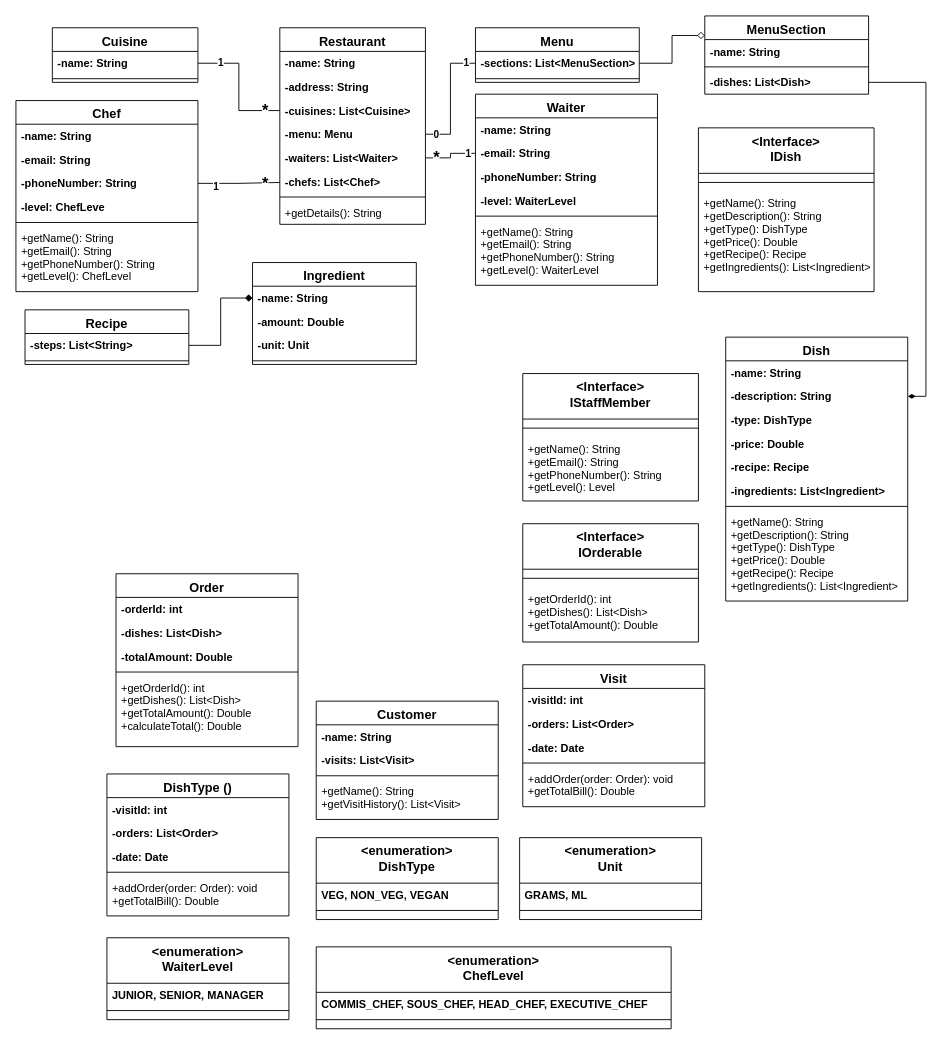
Above: Restaurant Management System Class Diagram.drawio in geeky-sanjay/class-diagrams (draw.io), before the change. Source tidied: cells renumbered, new cells numbered last; positions are measured from the earlier drawing's top-left corner, leaving out a move shared by most shapes. Both pictures are drawn from the tidied source at 91%, with x=0, y=0 at pixel (15, 15).
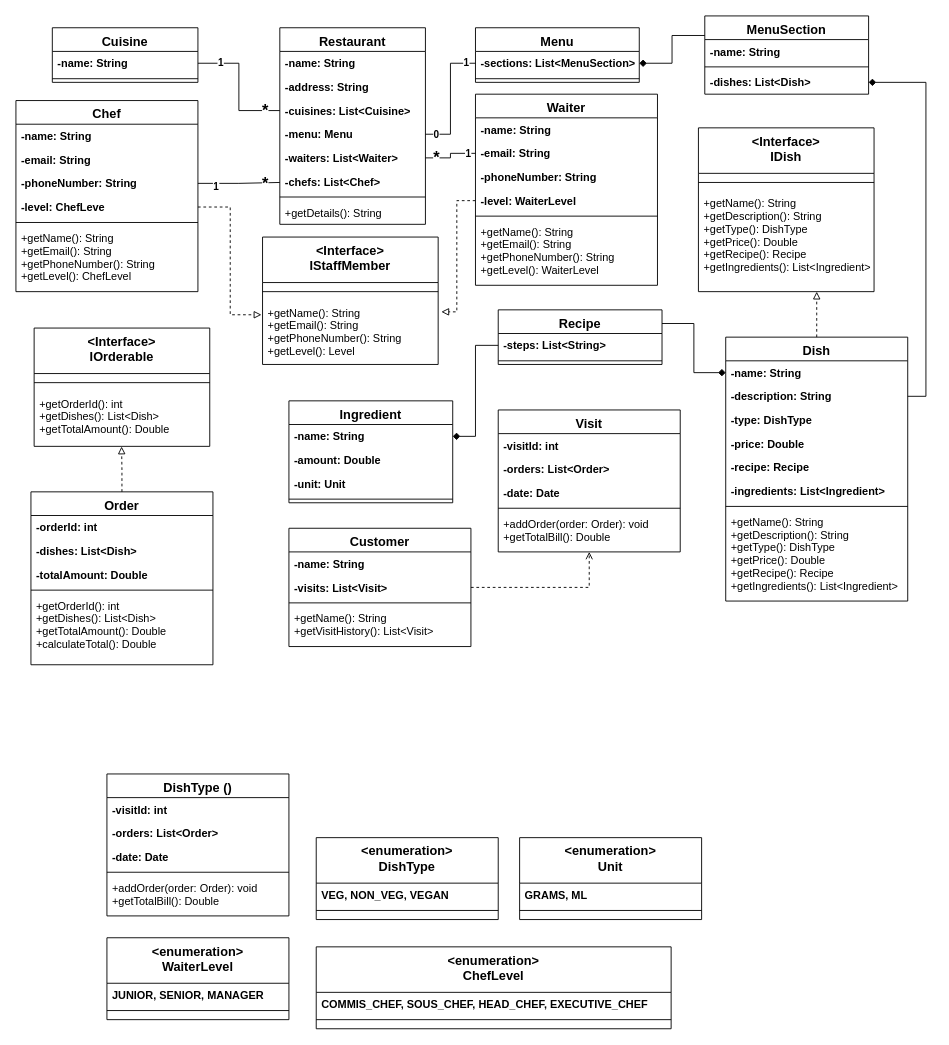
The same page after the edit.

Unchanged cells that the change refers to:
```xml
<mxCell id="15" value="-sections: List&lt;MenuSection&gt;" style="text;align=left;verticalAlign=top;spacingLeft=4;spacingRight=4;overflow=hidden;points=[[0,0.5],[1,0.5]];portConstraint=eastwest;fontStyle=1;" parent="14" vertex="1">
  <mxGeometry y="26" width="180" height="26" as="geometry" />
</mxCell>
<mxCell id="18" value="-name: String " style="text;align=left;verticalAlign=top;spacingLeft=4;spacingRight=4;overflow=hidden;points=[[0,0.5],[1,0.5]];portConstraint=eastwest;fontStyle=1;" parent="17" vertex="1">
  <mxGeometry y="26" width="180" height="26" as="geometry" />
</mxCell>
<mxCell id="25" value="Dish" style="swimlane;fontStyle=1;align=center;verticalAlign=top;horizontal=1;startSize=26;rounded=0;shadow=0;strokeWidth=1;fontSize=14;" parent="1" vertex="1">
  <mxGeometry x="780" y="353" width="200" height="290" as="geometry" />
</mxCell>
<mxCell id="26" value="-name: String" style="text;align=left;verticalAlign=top;spacingLeft=4;spacingRight=4;overflow=hidden;points=[[0,0.5],[1,0.5]];portConstraint=eastwest;fontStyle=1;" parent="25" vertex="1">
  <mxGeometry y="26" width="200" height="26" as="geometry" />
</mxCell>
<mxCell id="27" value="-description: String" style="text;align=left;verticalAlign=top;spacingLeft=4;spacingRight=4;overflow=hidden;points=[[0,0.5],[1,0.5]];portConstraint=eastwest;rounded=0;shadow=0;html=0;fontStyle=1;" parent="25" vertex="1">
  <mxGeometry y="52" width="200" height="26" as="geometry" />
</mxCell>
<mxCell id="34" value="MenuSection" style="swimlane;fontStyle=1;align=center;verticalAlign=top;horizontal=1;startSize=26;rounded=0;shadow=0;strokeWidth=1;fontSize=14;" parent="1" vertex="1">
  <mxGeometry x="757" width="180" height="86" as="geometry" />
</mxCell>
<mxCell id="37" value="-dishes: List&lt;Dish&gt;" style="text;align=left;verticalAlign=top;spacingLeft=4;spacingRight=4;overflow=hidden;points=[[0,0.5],[1,0.5]];portConstraint=eastwest;fontStyle=1;" parent="34" vertex="1">
  <mxGeometry y="60" width="180" height="26" as="geometry" />
</mxCell>
<mxCell id="39" value="-steps: List&lt;String&gt;" style="text;align=left;verticalAlign=top;spacingLeft=4;spacingRight=4;overflow=hidden;points=[[0,0.5],[1,0.5]];portConstraint=eastwest;fontStyle=1;" parent="38" vertex="1">
  <mxGeometry y="26" width="180" height="26" as="geometry" />
</mxCell>
<mxCell id="43" value="+getName(): String   &#10;+getEmail(): String  &#10;+getPhoneNumber(): String &#10;+getLevel(): Level" style="text;align=left;verticalAlign=top;spacingLeft=4;spacingRight=4;overflow=hidden;points=[[0,0.5],[1,0.5]];portConstraint=eastwest;fontStyle=0;" parent="41" vertex="1">
  <mxGeometry y="70" width="193" height="70" as="geometry" />
</mxCell>
<mxCell id="48" value="-level: WaiterLevel" style="text;align=left;verticalAlign=top;spacingLeft=4;spacingRight=4;overflow=hidden;points=[[0,0.5],[1,0.5]];portConstraint=eastwest;fontStyle=1;" parent="44" vertex="1">
  <mxGeometry y="104" width="200" height="26" as="geometry" />
</mxCell>
<mxCell id="55" value="-level: ChefLeve" style="text;align=left;verticalAlign=top;spacingLeft=4;spacingRight=4;overflow=hidden;points=[[0,0.5],[1,0.5]];portConstraint=eastwest;fontStyle=1;" parent="51" vertex="1">
  <mxGeometry y="104" width="200" height="26" as="geometry" />
</mxCell>
<mxCell id="60" value="+getOrderId(): int   &#10;+getDishes(): List&lt;Dish&gt; &#10;+getTotalAmount(): Double" style="text;align=left;verticalAlign=top;spacingLeft=4;spacingRight=4;overflow=hidden;points=[[0,0.5],[1,0.5]];portConstraint=eastwest;fontStyle=0;" parent="58" vertex="1">
  <mxGeometry y="70" width="193" height="60" as="geometry" />
</mxCell>
<mxCell id="69" value="-visits: List&lt;Visit&gt;" style="text;align=left;verticalAlign=top;spacingLeft=4;spacingRight=4;overflow=hidden;points=[[0,0.5],[1,0.5]];portConstraint=eastwest;rounded=0;shadow=0;html=0;fontStyle=1;" parent="67" vertex="1">
  <mxGeometry y="52" width="200" height="26" as="geometry" />
</mxCell>
```

The edit, as a diff of the source:
```diff
@@
     <mxCell id="17" value="Ingredient" style="swimlane;fontStyle=1;align=center;verticalAlign=top;horizontal=1;startSize=26;rounded=0;shadow=0;strokeWidth=1;fontSize=14;" parent="1" vertex="1">
-      <mxGeometry x="260" y="271" width="180" height="112" as="geometry" />
+      <mxGeometry x="300" y="423" width="180" height="112" as="geometry" />
     </mxCell>
@@
+    <mxCell id="112" style="edgeStyle=orthogonalEdgeStyle;rounded=0;jettySize=auto;html=1;exitX=0.5;exitY=0;exitDx=0;exitDy=0;endArrow=block;endFill=0;dashed=1;" parent="1" edge="1" source="25">
+      <mxGeometry relative="1" as="geometry">
+        <mxPoint x="880" y="303" as="targetPoint" />
+      </mxGeometry>
+    </mxCell>
@@
     <mxCell id="38" value="Recipe" style="swimlane;fontStyle=1;align=center;verticalAlign=top;horizontal=1;startSize=26;rounded=0;shadow=0;strokeWidth=1;fontSize=14;" parent="1" vertex="1">
-      <mxGeometry x="10" y="323" width="180" height="60" as="geometry" />
+      <mxGeometry x="530" y="323" width="180" height="60" as="geometry" />
     </mxCell>
@@
     <mxCell id="41" value="&lt;Interface&gt;&#10;IStaffMember" style="swimlane;fontStyle=1;align=center;verticalAlign=top;horizontal=1;startSize=50;rounded=0;shadow=0;strokeWidth=1;fontSize=14;" parent="1" vertex="1">
-      <mxGeometry x="557" y="393" width="193" height="140" as="geometry" />
+      <mxGeometry x="271" y="243" width="193" height="140" as="geometry" />
     </mxCell>
@@
     <mxCell id="58" value="&lt;Interface&gt;&#10;IOrderable" style="swimlane;fontStyle=1;align=center;verticalAlign=top;horizontal=1;startSize=50;rounded=0;shadow=0;strokeWidth=1;fontSize=14;" parent="1" vertex="1">
-      <mxGeometry x="557" y="558" width="193" height="130" as="geometry" />
+      <mxGeometry x="20" y="343" width="193" height="130" as="geometry" />
     </mxCell>
@@
     <mxCell id="61" value="Order" style="swimlane;fontStyle=1;align=center;verticalAlign=top;horizontal=1;startSize=26;rounded=0;shadow=0;strokeWidth=1;fontSize=14;" parent="1" vertex="1">
-      <mxGeometry x="110" y="613" width="200" height="190" as="geometry" />
+      <mxGeometry x="16.5" y="523" width="200" height="190" as="geometry" />
     </mxCell>
@@
     <mxCell id="67" value="Customer" style="swimlane;fontStyle=1;align=center;verticalAlign=top;horizontal=1;startSize=26;rounded=0;shadow=0;strokeWidth=1;fontSize=14;" parent="1" vertex="1">
-      <mxGeometry x="330" y="753" width="200" height="130" as="geometry" />
+      <mxGeometry x="300" y="563" width="200" height="130" as="geometry" />
     </mxCell>
@@
     <mxCell id="72" value="Visit" style="swimlane;fontStyle=1;align=center;verticalAlign=top;horizontal=1;startSize=26;rounded=0;shadow=0;strokeWidth=1;fontSize=14;" parent="1" vertex="1">
-      <mxGeometry x="557" y="713" width="200" height="156" as="geometry" />
+      <mxGeometry x="530" y="433" width="200" height="156" as="geometry" />
     </mxCell>
@@
-    <mxCell id="109" style="edgeStyle=orthogonalEdgeStyle;rounded=0;jettySize=auto;html=1;exitX=1;exitY=0.5;exitDx=0;exitDy=0;entryX=0;entryY=0.25;entryDx=0;entryDy=0;endArrow=diamond;endFill=0;" parent="1" edge="1" source="15" target="34">
+    <mxCell id="109" style="edgeStyle=orthogonalEdgeStyle;rounded=0;jettySize=auto;html=1;exitX=1;exitY=0.5;exitDx=0;exitDy=0;entryX=0;entryY=0.25;entryDx=0;entryDy=0;endArrow=none;endFill=0;startArrow=diamond;startFill=1;" parent="1" edge="1" source="15" target="34">
       <mxGeometry relative="1" as="geometry" />
     </mxCell>
-    <mxCell id="110" style="edgeStyle=orthogonalEdgeStyle;rounded=0;jettySize=auto;html=1;exitX=1;exitY=0.5;exitDx=0;exitDy=0;entryX=0;entryY=0.5;entryDx=0;entryDy=0;endArrow=diamond;endFill=1;" parent="1" edge="1" source="39" target="18">
+    <mxCell id="110" style="edgeStyle=orthogonalEdgeStyle;rounded=0;jettySize=auto;html=1;entryX=1;entryY=0.5;entryDx=0;entryDy=0;endArrow=diamond;endFill=1;" parent="1" edge="1" source="39" target="18">
       <mxGeometry relative="1" as="geometry" />
     </mxCell>
-    <mxCell id="111" style="edgeStyle=orthogonalEdgeStyle;rounded=0;jettySize=auto;html=1;exitX=1;exitY=0.5;exitDx=0;exitDy=0;entryX=1;entryY=0.5;entryDx=0;entryDy=0;endArrow=diamondThin;endFill=1;" parent="1" edge="1" source="37" target="27">
+    <mxCell id="111" style="edgeStyle=orthogonalEdgeStyle;rounded=0;jettySize=auto;html=1;exitX=1;exitY=0.5;exitDx=0;exitDy=0;entryX=1;entryY=0.5;entryDx=0;entryDy=0;endArrow=none;endFill=0;startArrow=diamond;startFill=1;" parent="1" edge="1" source="37" target="27">
       <mxGeometry relative="1" as="geometry" />
     </mxCell>
+    <mxCell id="113" style="edgeStyle=orthogonalEdgeStyle;rounded=0;jettySize=auto;html=1;entryX=1;entryY=0.25;entryDx=0;entryDy=0;endArrow=none;endFill=0;startArrow=diamond;startFill=1;" parent="1" edge="1" source="26" target="38">
+      <mxGeometry relative="1" as="geometry" />
+    </mxCell>
+    <mxCell id="114" style="edgeStyle=orthogonalEdgeStyle;rounded=0;jettySize=auto;html=1;exitX=1;exitY=0.5;exitDx=0;exitDy=0;entryX=-0.006;entryY=0.22;entryDx=0;entryDy=0;entryPerimeter=0;endArrow=block;endFill=0;dashed=1;" parent="1" edge="1" source="55" target="43">
+      <mxGeometry relative="1" as="geometry" />
+    </mxCell>
+    <mxCell id="115" style="edgeStyle=orthogonalEdgeStyle;rounded=0;jettySize=auto;html=1;exitX=0;exitY=0.5;exitDx=0;exitDy=0;entryX=1.018;entryY=0.174;entryDx=0;entryDy=0;entryPerimeter=0;endArrow=block;endFill=0;dashed=1;" parent="1" edge="1" source="48" target="43">
+      <mxGeometry relative="1" as="geometry" />
+    </mxCell>
+    <mxCell id="116" style="edgeStyle=orthogonalEdgeStyle;rounded=0;jettySize=auto;html=1;exitX=1;exitY=0.5;exitDx=0;exitDy=0;entryX=0.5;entryY=1;entryDx=0;entryDy=0;endArrow=open;endFill=0;dashed=1;" parent="1" edge="1" source="69" target="72">
+      <mxGeometry relative="1" as="geometry" />
+    </mxCell>
+    <mxCell id="117" style="edgeStyle=orthogonalEdgeStyle;rounded=0;jettySize=auto;html=1;exitX=0.5;exitY=0;exitDx=0;exitDy=0;entryX=0.498;entryY=1.003;entryDx=0;entryDy=0;entryPerimeter=0;endArrow=block;endFill=0;dashed=1;" parent="1" edge="1" source="61" target="60">
+      <mxGeometry relative="1" as="geometry" />
+    </mxCell>
```
